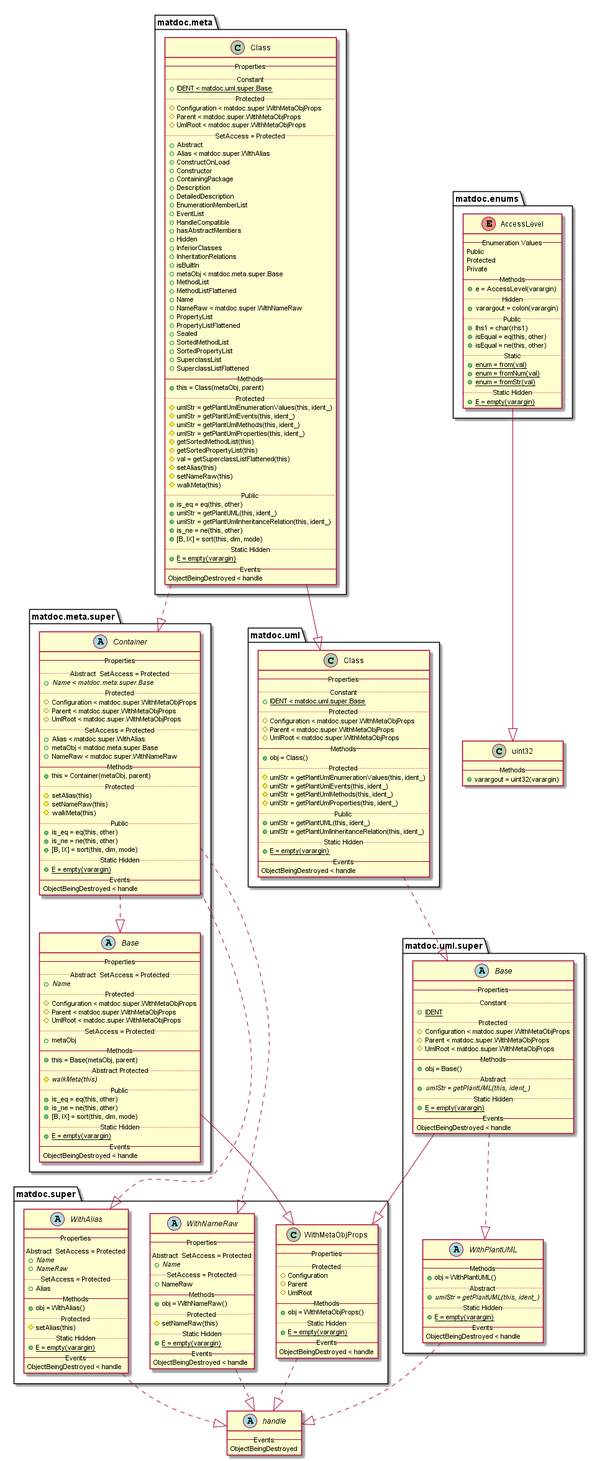
Before: doc/uml-examples/export-class-MethodInheritanceHint-false.png, a diagram exported from PlantUML (flxdot/matdoc).
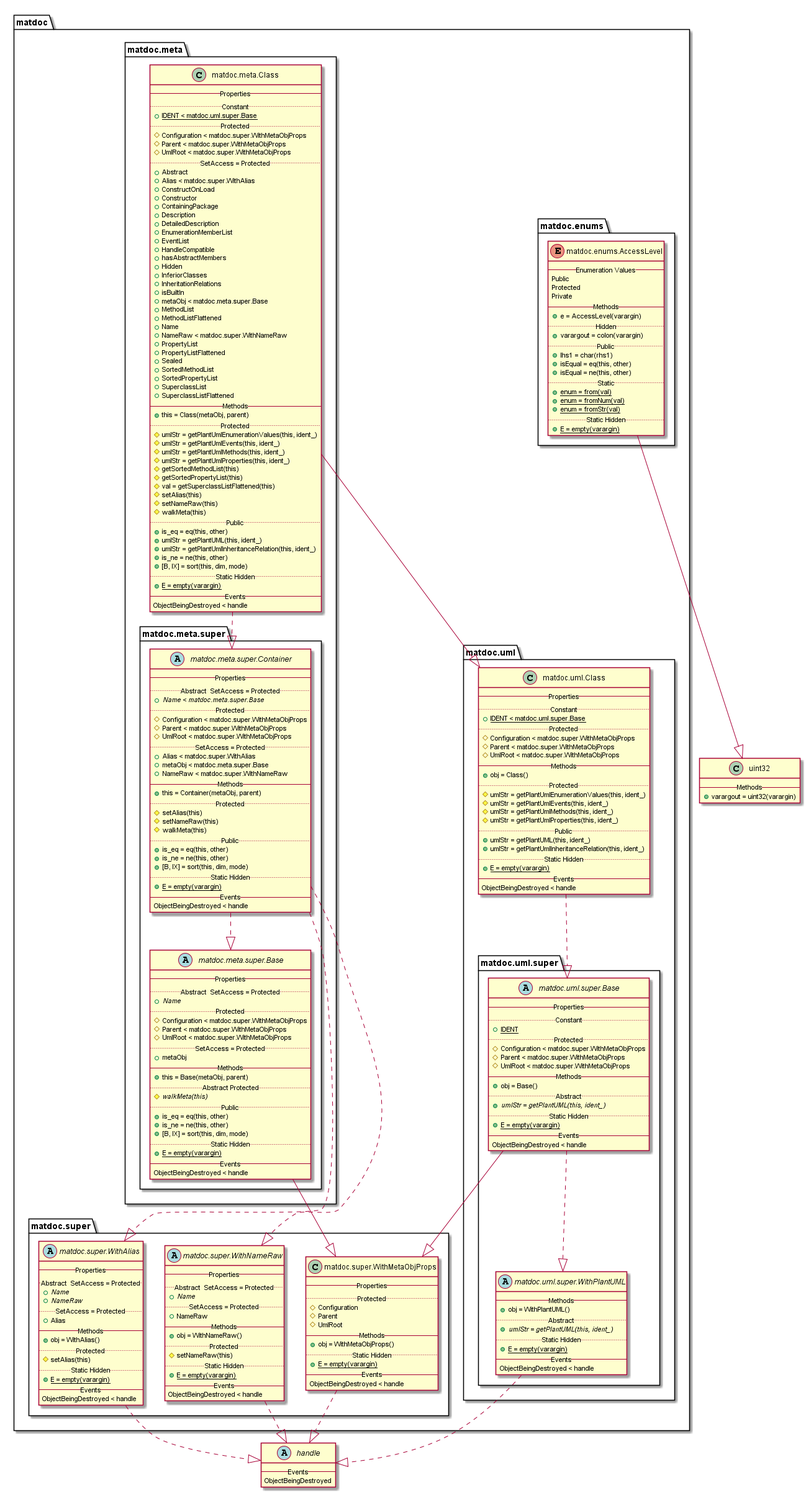
The same diagram one commit later.

What changed in the source:
```diff
@@ -1,247 +1,277 @@
 @startuml
+
+set namespaceSeparator none
 
 abstract class handle {
    -- Events --
    ObjectBeingDestroyed
 }
 
-enum matdoc.enums.AccessLevel {
-   -- Enumeration Values --
-   Public
-   Protected
-   Private
-   -- Methods --
-   {method} + e = AccessLevel(varargin)
-   .. Hidden ..
-   {method} + varargout = colon(varargin)
-   .. Public ..
-   {method} + lhs1 = char(rhs1)
-   {method} + isEqual = eq(this, other)
-   {method} + isEqual = ne(this, other)
-   .. Static ..
-   {method} {static} + enum = from(val)
-   {method} {static} + enum = fromNum(val)
-   {method} {static} + enum = fromStr(val)
-   .. Static Hidden ..
-   {method} {static} + E = empty(varargin)
-}
-
-class matdoc.meta.Class {
-   -- Properties --
-   .. Constant ..
-   {field} {static} + IDENT < matdoc.uml.super.Base
-   .. Protected ..
-   {field} # Configuration < matdoc.super.WithMetaObjProps
-   {field} # Parent < matdoc.super.WithMetaObjProps
-   {field} # UmlRoot < matdoc.super.WithMetaObjProps
-   .. SetAccess = Protected ..
-   {field} + Abstract
-   {field} + Alias < matdoc.super.WithAlias
-   {field} + ConstructOnLoad
-   {field} + Constructor
-   {field} + ContainingPackage
-   {field} + Description
-   {field} + DetailedDescription
-   {field} + EnumerationMemberList
-   {field} + EventList
-   {field} + HandleCompatible
-   {field} + hasAbstractMembers
-   {field} + Hidden
-   {field} + InferiorClasses
-   {field} + InheritationRelations
-   {field} + isBuiltIn
-   {field} + metaObj < matdoc.meta.super.Base
-   {field} + MethodList
-   {field} + MethodListFlattened
-   {field} + Name
-   {field} + NameRaw < matdoc.super.WithNameRaw
-   {field} + PropertyList
-   {field} + PropertyListFlattened
-   {field} + Sealed
-   {field} + SortedMethodList
-   {field} + SortedPropertyList
-   {field} + SuperclassList
-   {field} + SuperclassListFlattened
-   -- Methods --
-   {method} + this = Class(metaObj, parent)
-   .. Protected ..
-   {method} # umlStr = getPlantUmlEnumerationValues(this, ident_)
-   {method} # umlStr = getPlantUmlEvents(this, ident_)
-   {method} # umlStr = getPlantUmlMethods(this, ident_)
-   {method} # umlStr = getPlantUmlProperties(this, ident_)
-   {method} # getSortedMethodList(this)
-   {method} # getSortedPropertyList(this)
-   {method} # val = getSuperclassListFlattened(this)
-   {method} # setAlias(this)
-   {method} # setNameRaw(this)
-   {method} # walkMeta(this)
-   .. Public ..
-   {method} + is_eq = eq(this, other)
-   {method} + umlStr = getPlantUML(this, ident_)
-   {method} + umlStr = getPlantUmlInheritanceRelation(this, ident_)
-   {method} + is_ne = ne(this, other)
-   {method} + [B, IX] = sort(this, dim, mode)
-   .. Static Hidden ..
-   {method} {static} + E = empty(varargin)
-   -- Events --
-   ObjectBeingDestroyed < handle
-}
-
-abstract class matdoc.meta.super.Base {
-   -- Properties --
-   .. Abstract  SetAccess = Protected ..
-   {field} {abstract} + Name
-   .. Protected ..
-   {field} # Configuration < matdoc.super.WithMetaObjProps
-   {field} # Parent < matdoc.super.WithMetaObjProps
-   {field} # UmlRoot < matdoc.super.WithMetaObjProps
-   .. SetAccess = Protected ..
-   {field} + metaObj
-   -- Methods --
-   {method} + this = Base(metaObj, parent)
-   .. Abstract Protected ..
-   {method} {abstract} # walkMeta(this)
-   .. Public ..
-   {method} + is_eq = eq(this, other)
-   {method} + is_ne = ne(this, other)
-   {method} + [B, IX] = sort(this, dim, mode)
-   .. Static Hidden ..
-   {method} {static} + E = empty(varargin)
-   -- Events --
-   ObjectBeingDestroyed < handle
-}
-
-abstract class matdoc.meta.super.Container {
-   -- Properties --
-   .. Abstract  SetAccess = Protected ..
-   {field} {abstract} + Name < matdoc.meta.super.Base
-   .. Protected ..
-   {field} # Configuration < matdoc.super.WithMetaObjProps
-   {field} # Parent < matdoc.super.WithMetaObjProps
-   {field} # UmlRoot < matdoc.super.WithMetaObjProps
-   .. SetAccess = Protected ..
-   {field} + Alias < matdoc.super.WithAlias
-   {field} + metaObj < matdoc.meta.super.Base
-   {field} + NameRaw < matdoc.super.WithNameRaw
-   -- Methods --
-   {method} + this = Container(metaObj, parent)
-   .. Protected ..
-   {method} # setAlias(this)
-   {method} # setNameRaw(this)
-   {method} # walkMeta(this)
-   .. Public ..
-   {method} + is_eq = eq(this, other)
-   {method} + is_ne = ne(this, other)
-   {method} + [B, IX] = sort(this, dim, mode)
-   .. Static Hidden ..
-   {method} {static} + E = empty(varargin)
-   -- Events --
-   ObjectBeingDestroyed < handle
-}
-
-abstract class matdoc.super.WithAlias {
-   -- Properties --
-   .. Abstract  SetAccess = Protected ..
-   {field} {abstract} + Name
-   {field} {abstract} + NameRaw
-   .. SetAccess = Protected ..
-   {field} + Alias
-   -- Methods --
-   {method} + obj = WithAlias()
-   .. Protected ..
-   {method} # setAlias(this)
-   .. Static Hidden ..
-   {method} {static} + E = empty(varargin)
-   -- Events --
-   ObjectBeingDestroyed < handle
-}
-
-class matdoc.super.WithMetaObjProps {
-   -- Properties --
-   .. Protected ..
-   {field} # Configuration
-   {field} # Parent
-   {field} # UmlRoot
-   -- Methods --
-   {method} + obj = WithMetaObjProps()
-   .. Static Hidden ..
-   {method} {static} + E = empty(varargin)
-   -- Events --
-   ObjectBeingDestroyed < handle
-}
-
-abstract class matdoc.super.WithNameRaw {
-   -- Properties --
-   .. Abstract  SetAccess = Protected ..
-   {field} {abstract} + Name
-   .. SetAccess = Protected ..
-   {field} + NameRaw
-   -- Methods --
-   {method} + obj = WithNameRaw()
-   .. Protected ..
-   {method} # setNameRaw(this)
-   .. Static Hidden ..
-   {method} {static} + E = empty(varargin)
-   -- Events --
-   ObjectBeingDestroyed < handle
-}
-
-class matdoc.uml.Class {
-   -- Properties --
-   .. Constant ..
-   {field} {static} + IDENT < matdoc.uml.super.Base
-   .. Protected ..
-   {field} # Configuration < matdoc.super.WithMetaObjProps
-   {field} # Parent < matdoc.super.WithMetaObjProps
-   {field} # UmlRoot < matdoc.super.WithMetaObjProps
-   -- Methods --
-   {method} + obj = Class()
-   .. Protected ..
-   {method} # umlStr = getPlantUmlEnumerationValues(this, ident_)
-   {method} # umlStr = getPlantUmlEvents(this, ident_)
-   {method} # umlStr = getPlantUmlMethods(this, ident_)
-   {method} # umlStr = getPlantUmlProperties(this, ident_)
-   .. Public ..
-   {method} + umlStr = getPlantUML(this, ident_)
-   {method} + umlStr = getPlantUmlInheritanceRelation(this, ident_)
-   .. Static Hidden ..
-   {method} {static} + E = empty(varargin)
-   -- Events --
-   ObjectBeingDestroyed < handle
-}
-
-abstract class matdoc.uml.super.Base {
-   -- Properties --
-   .. Constant ..
-   {field} {static} + IDENT
-   .. Protected ..
-   {field} # Configuration < matdoc.super.WithMetaObjProps
-   {field} # Parent < matdoc.super.WithMetaObjProps
-   {field} # UmlRoot < matdoc.super.WithMetaObjProps
-   -- Methods --
-   {method} + obj = Base()
-   .. Abstract ..
-   {method} {abstract} + umlStr = getPlantUML(this, ident_)
-   .. Static Hidden ..
-   {method} {static} + E = empty(varargin)
-   -- Events --
-   ObjectBeingDestroyed < handle
-}
-
-abstract class matdoc.uml.super.WithPlantUML {
-   -- Methods --
-   {method} + obj = WithPlantUML()
-   .. Abstract ..
-   {method} {abstract} + umlStr = getPlantUML(this, ident_)
-   .. Static Hidden ..
-   {method} {static} + E = empty(varargin)
-   -- Events --
-   ObjectBeingDestroyed < handle
-}
-
 class uint32 {
    -- Methods --
    {method} + varargout = uint32(varargin)
+}
+
+package matdoc {
+
+   package matdoc.enums {
+
+      enum matdoc.enums.AccessLevel {
+         -- Enumeration Values --
+         Public
+         Protected
+         Private
+         -- Methods --
+         {method} + e = AccessLevel(varargin)
+         .. Hidden ..
+         {method} + varargout = colon(varargin)
+         .. Public ..
+         {method} + lhs1 = char(rhs1)
+         {method} + isEqual = eq(this, other)
+         {method} + isEqual = ne(this, other)
+         .. Static ..
+         {method} {static} + enum = from(val)
+         {method} {static} + enum = fromNum(val)
+         {method} {static} + enum = fromStr(val)
+         .. Static Hidden ..
+         {method} {static} + E = empty(varargin)
+      }
+
+   }
+
+   package matdoc.meta {
+
+      class matdoc.meta.Class {
+         -- Properties --
+         .. Constant ..
+         {field} {static} + IDENT < matdoc.uml.super.Base
+         .. Protected ..
+         {field} # Configuration < matdoc.super.WithMetaObjProps
+         {field} # Parent < matdoc.super.WithMetaObjProps
+         {field} # UmlRoot < matdoc.super.WithMetaObjProps
+         .. SetAccess = Protected ..
+         {field} + Abstract
+         {field} + Alias < matdoc.super.WithAlias
+         {field} + ConstructOnLoad
+         {field} + Constructor
+         {field} + ContainingPackage
+         {field} + Description
+         {field} + DetailedDescription
+         {field} + EnumerationMemberList
+         {field} + EventList
+         {field} + HandleCompatible
+         {field} + hasAbstractMembers
+         {field} + Hidden
+         {field} + InferiorClasses
+         {field} + InheritationRelations
+         {field} + isBuiltIn
+         {field} + metaObj < matdoc.meta.super.Base
+         {field} + MethodList
+         {field} + MethodListFlattened
+         {field} + Name
+         {field} + NameRaw < matdoc.super.WithNameRaw
+         {field} + PropertyList
+         {field} + PropertyListFlattened
+         {field} + Sealed
+         {field} + SortedMethodList
+         {field} + SortedPropertyList
+         {field} + SuperclassList
+         {field} + SuperclassListFlattened
+         -- Methods --
+         {method} + this = Class(metaObj, parent)
+         .. Protected ..
+         {method} # umlStr = getPlantUmlEnumerationValues(this, ident_)
+         {method} # umlStr = getPlantUmlEvents(this, ident_)
+         {method} # umlStr = getPlantUmlMethods(this, ident_)
+         {method} # umlStr = getPlantUmlProperties(this, ident_)
+         {method} # getSortedMethodList(this)
+         {method} # getSortedPropertyList(this)
+         {method} # val = getSuperclassListFlattened(this)
+         {method} # setAlias(this)
+         {method} # setNameRaw(this)
+         {method} # walkMeta(this)
+         .. Public ..
+         {method} + is_eq = eq(this, other)
+         {method} + umlStr = getPlantUML(this, ident_)
+         {method} + umlStr = getPlantUmlInheritanceRelation(this, ident_)
+         {method} + is_ne = ne(this, other)
+         {method} + [B, IX] = sort(this, dim, mode)
+         .. Static Hidden ..
+         {method} {static} + E = empty(varargin)
+         -- Events --
+         ObjectBeingDestroyed < handle
+      }
+
+      package matdoc.meta.super {
+
+         abstract class matdoc.meta.super.Base {
+            -- Properties --
+            .. Abstract  SetAccess = Protected ..
+            {field} {abstract} + Name
+            .. Protected ..
+            {field} # Configuration < matdoc.super.WithMetaObjProps
+            {field} # Parent < matdoc.super.WithMetaObjProps
+            {field} # UmlRoot < matdoc.super.WithMetaObjProps
+            .. SetAccess = Protected ..
+            {field} + metaObj
+            -- Methods --
+            {method} + this = Base(metaObj, parent)
+            .. Abstract Protected ..
+            {method} {abstract} # walkMeta(this)
+            .. Public ..
+            {method} + is_eq = eq(this, other)
+            {method} + is_ne = ne(this, other)
+            {method} + [B, IX] = sort(this, dim, mode)
+            .. Static Hidden ..
+            {method} {static} + E = empty(varargin)
+            -- Events --
+            ObjectBeingDestroyed < handle
+         }
+
+         abstract class matdoc.meta.super.Container {
+            -- Properties --
+            .. Abstract  SetAccess = Protected ..
+            {field} {abstract} + Name < matdoc.meta.super.Base
+            .. Protected ..
+            {field} # Configuration < matdoc.super.WithMetaObjProps
+            {field} # Parent < matdoc.super.WithMetaObjProps
+            {field} # UmlRoot < matdoc.super.WithMetaObjProps
+            .. SetAccess = Protected ..
+            {field} + Alias < matdoc.super.WithAlias
+            {field} + metaObj < matdoc.meta.super.Base
+            {field} + NameRaw < matdoc.super.WithNameRaw
+            -- Methods --
+            {method} + this = Container(metaObj, parent)
+            .. Protected ..
+            {method} # setAlias(this)
+            {method} # setNameRaw(this)
+            {method} # walkMeta(this)
+            .. Public ..
+            {method} + is_eq = eq(this, other)
+            {method} + is_ne = ne(this, other)
+            {method} + [B, IX] = sort(this, dim, mode)
+            .. Static Hidden ..
+            {method} {static} + E = empty(varargin)
+            -- Events --
+            ObjectBeingDestroyed < handle
+         }
+
+      }
+
+   }
+
+   package matdoc.super {
+
+      abstract class matdoc.super.WithAlias {
+         -- Properties --
+         .. Abstract  SetAccess = Protected ..
+         {field} {abstract} + Name
+         {field} {abstract} + NameRaw
+         .. SetAccess = Protected ..
+         {field} + Alias
+         -- Methods --
+         {method} + obj = WithAlias()
+         .. Protected ..
+         {method} # setAlias(this)
+         .. Static Hidden ..
+         {method} {static} + E = empty(varargin)
+         -- Events --
+         ObjectBeingDestroyed < handle
+      }
+
+      class matdoc.super.WithMetaObjProps {
+         -- Properties --
+         .. Protected ..
+         {field} # Configuration
+         {field} # Parent
+         {field} # UmlRoot
+         -- Methods --
+         {method} + obj = WithMetaObjProps()
+         .. Static Hidden ..
+         {method} {static} + E = empty(varargin)
+         -- Events --
+         ObjectBeingDestroyed < handle
+      }
+
+      abstract class matdoc.super.WithNameRaw {
+         -- Properties --
+         .. Abstract  SetAccess = Protected ..
+         {field} {abstract} + Name
+         .. SetAccess = Protected ..
+         {field} + NameRaw
+         -- Methods --
+         {method} + obj = WithNameRaw()
+         .. Protected ..
+         {method} # setNameRaw(this)
+         .. Static Hidden ..
+         {method} {static} + E = empty(varargin)
+         -- Events --
+         ObjectBeingDestroyed < handle
+      }
+
+   }
+
+   package matdoc.uml {
+
+      class matdoc.uml.Class {
+         -- Properties --
+         .. Constant ..
+         {field} {static} + IDENT < matdoc.uml.super.Base
+         .. Protected ..
+         {field} # Configuration < matdoc.super.WithMetaObjProps
+         {field} # Parent < matdoc.super.WithMetaObjProps
+         {field} # UmlRoot < matdoc.super.WithMetaObjProps
+         -- Methods --
+         {method} + obj = Class()
+         .. Protected ..
+         {method} # umlStr = getPlantUmlEnumerationValues(this, ident_)
+         {method} # umlStr = getPlantUmlEvents(this, ident_)
+         {method} # umlStr = getPlantUmlMethods(this, ident_)
+         {method} # umlStr = getPlantUmlProperties(this, ident_)
+         .. Public ..
+         {method} + umlStr = getPlantUML(this, ident_)
+         {method} + umlStr = getPlantUmlInheritanceRelation(this, ident_)
+         .. Static Hidden ..
+         {method} {static} + E = empty(varargin)
+         -- Events --
+         ObjectBeingDestroyed < handle
+      }
+
+      package matdoc.uml.super {
+
+         abstract class matdoc.uml.super.Base {
+            -- Properties --
+            .. Constant ..
+            {field} {static} + IDENT
+            .. Protected ..
+            {field} # Configuration < matdoc.super.WithMetaObjProps
+            {field} # Parent < matdoc.super.WithMetaObjProps
+            {field} # UmlRoot < matdoc.super.WithMetaObjProps
+            -- Methods --
+            {method} + obj = Base()
+            .. Abstract ..
+            {method} {abstract} + umlStr = getPlantUML(this, ident_)
+            .. Static Hidden ..
+            {method} {static} + E = empty(varargin)
+            -- Events --
+            ObjectBeingDestroyed < handle
+         }
+
+         abstract class matdoc.uml.super.WithPlantUML {
+            -- Methods --
+            {method} + obj = WithPlantUML()
+            .. Abstract ..
+            {method} {abstract} + umlStr = getPlantUML(this, ident_)
+            .. Static Hidden ..
+            {method} {static} + E = empty(varargin)
+            -- Events --
+            ObjectBeingDestroyed < handle
+         }
+
+      }
+
+   }
+
 }
 
 
@@ -260,5 +290,4 @@
 matdoc.uml.super.Base ..|> matdoc.uml.super.WithPlantUML
 matdoc.uml.super.WithPlantUML ..|> handle
 
-
 @enduml
```
